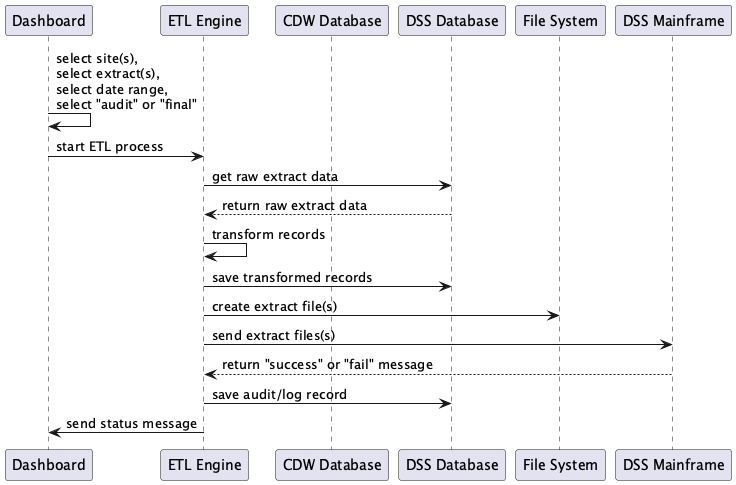
Above: _docs/design-spec/plantuml/sdd-figure5.png in cps-software/med-insight (PlantUML), before the change.
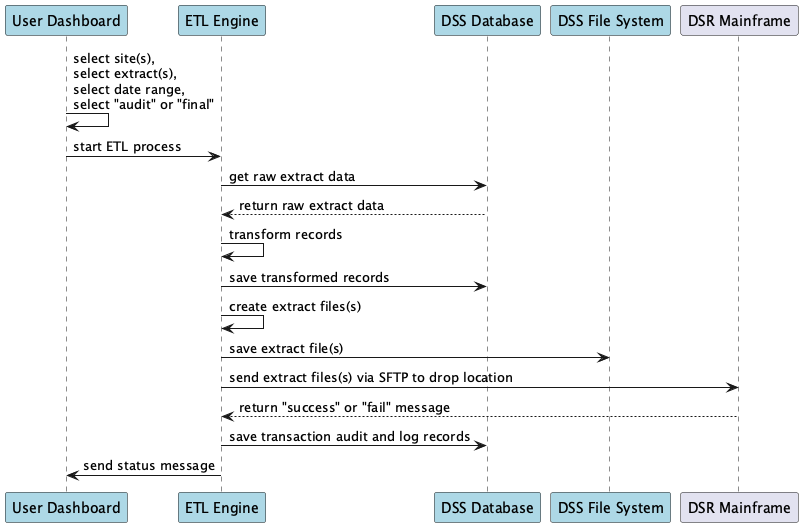
After the commit.

Change to the diagram source:
```diff
@@ -1,12 +1,11 @@
 @startuml
 
 
-participant   "Dashboard"      as DSH
-participant   "ETL Engine"     as ETL
-participant   "CDW Database"   as CDW
-participant   "DSS Database"   as DDB
-participant   "File System"    as FSY
-participant   "DSS Mainframe"  as DMF
+participant   "User Dashboard"   as DSH #lightblue
+participant   "ETL Engine"       as ETL #lightblue
+participant   "DSS Database"     as DDB #lightblue
+participant   "DSS File System"  as FSY #lightblue
+participant   "DSR Mainframe"    as DSR
 
 DSH ->  DSH : select site(s),\nselect extract(s),\nselect date range,\nselect "audit" or "final"
 DSH ->  ETL : start ETL process
@@ -14,10 +13,11 @@
 DDB --> ETL : return raw extract data
 ETL ->  ETL : transform records
 ETL ->  DDB : save transformed records
-ETL ->  FSY : create extract file(s)
-ETL ->  DMF : send extract files(s)
-DMF --> ETL : return "success" or "fail" message
-ETL ->  DDB : save audit/log record
+ETL ->  ETL : create extract files(s)
+ETL ->  FSY : save extract file(s)
+ETL ->  DSR : send extract files(s) via SFTP to drop location
+DSR --> ETL : return "success" or "fail" message
+ETL ->  DDB : save transaction audit and log records
 ETL ->  DSH : send status message
 
 @enduml
```
